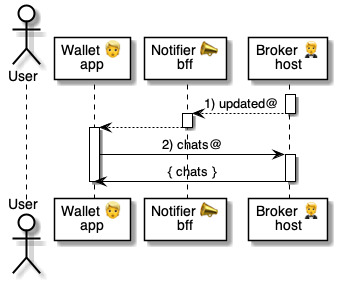
Before: 5 ⏩ Flows/10 🤵⏩ Brokers/.📎 Assets/⚙️ Update chats.png, a diagram exported from PlantUML (pollyweb-org/pollyweb-docs). Its source is kept beside it as 5 ⏩ Flows/10 🤵⏩ Brokers/.📎 Assets/⚙️ Update chats.puml.
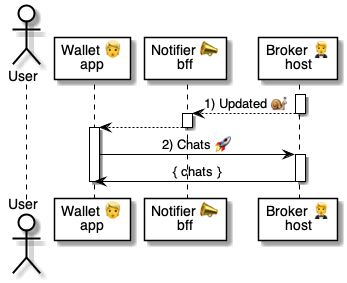
Above is the later version.

What changed in the source:
```diff
@@ -9,7 +9,7 @@
 
 activate broker
 
-    broker --> notifier: 1) updated@
+    broker --> notifier: 1) Updated 🐌
 
 deactivate broker
 
@@ -18,7 +18,7 @@
 deactivate notifier
 
 activate wallet
-wallet -> broker: 2) chats@
+wallet -> broker: 2) Chats 🚀
 activate broker
     broker -> wallet: { chats }
 deactivate broker
```
